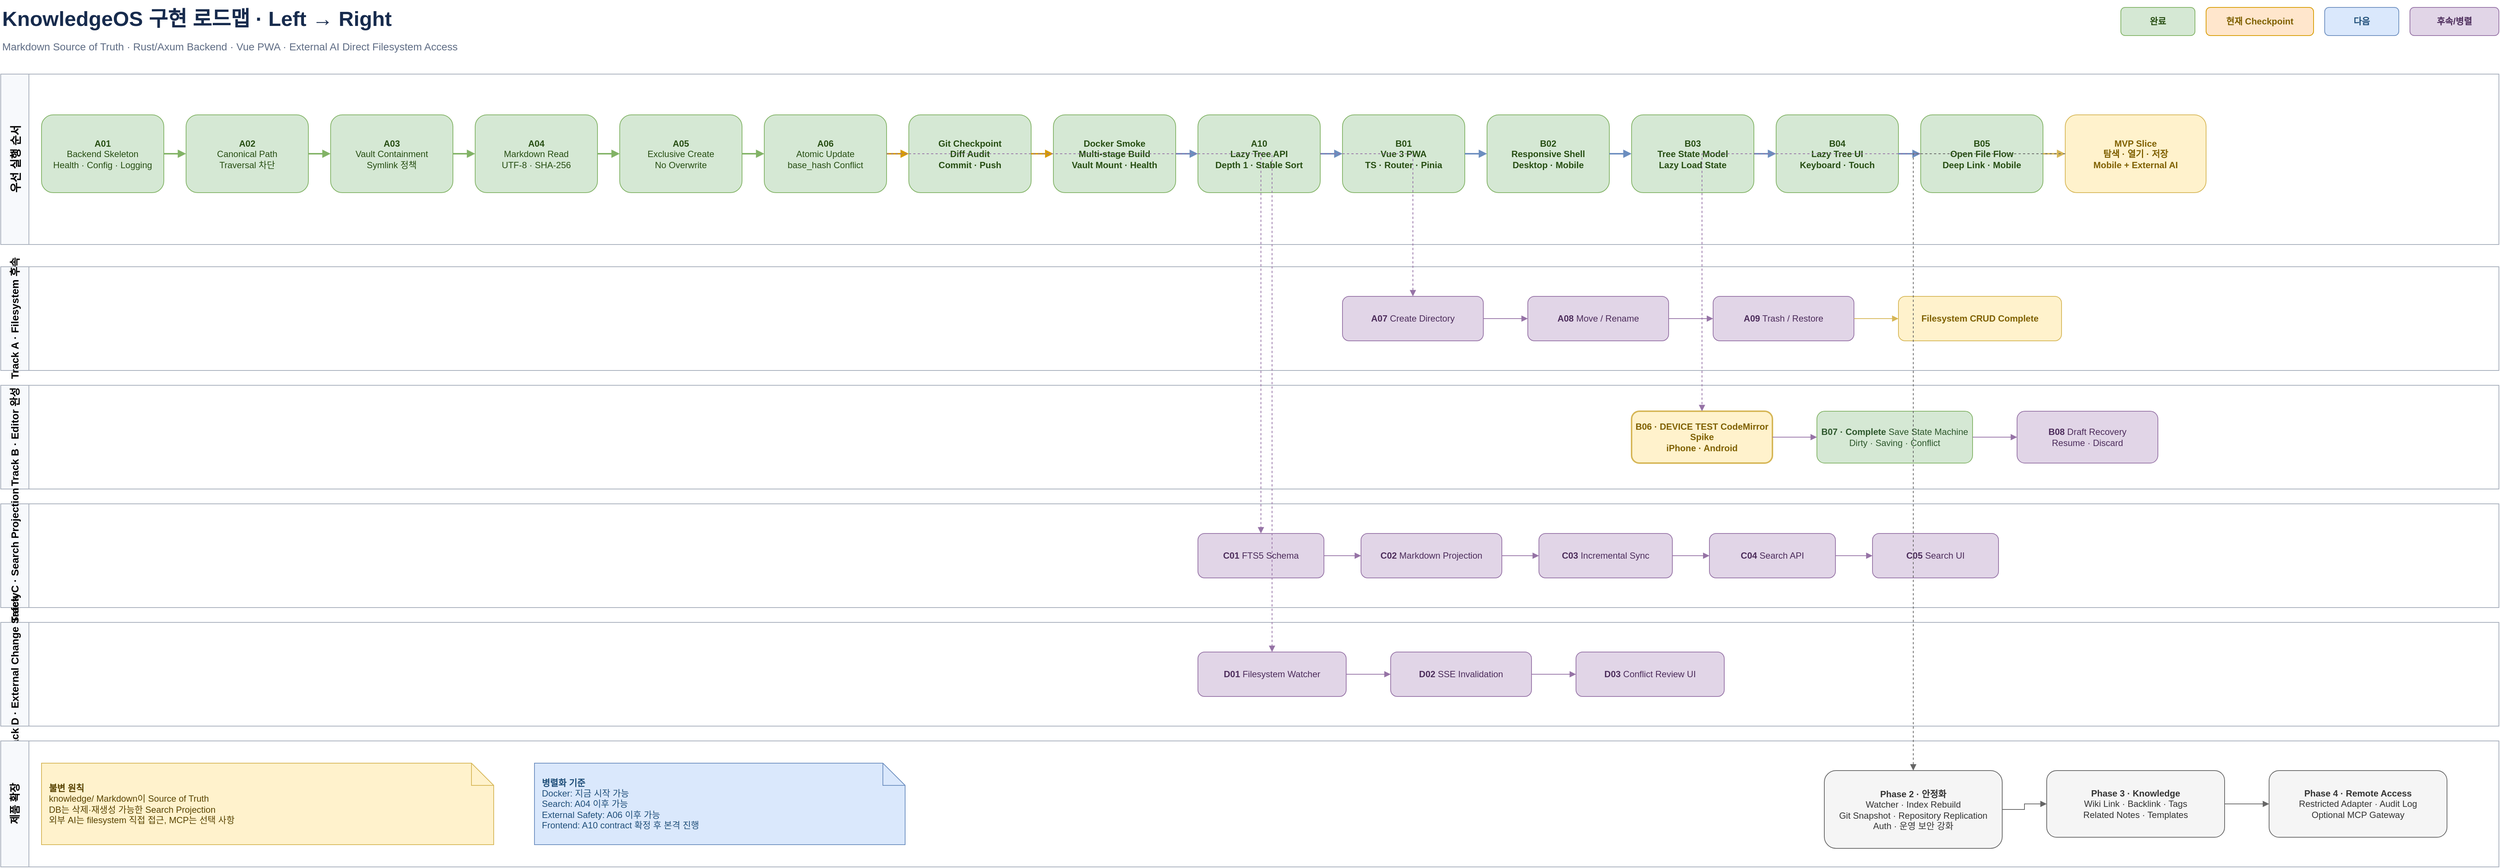
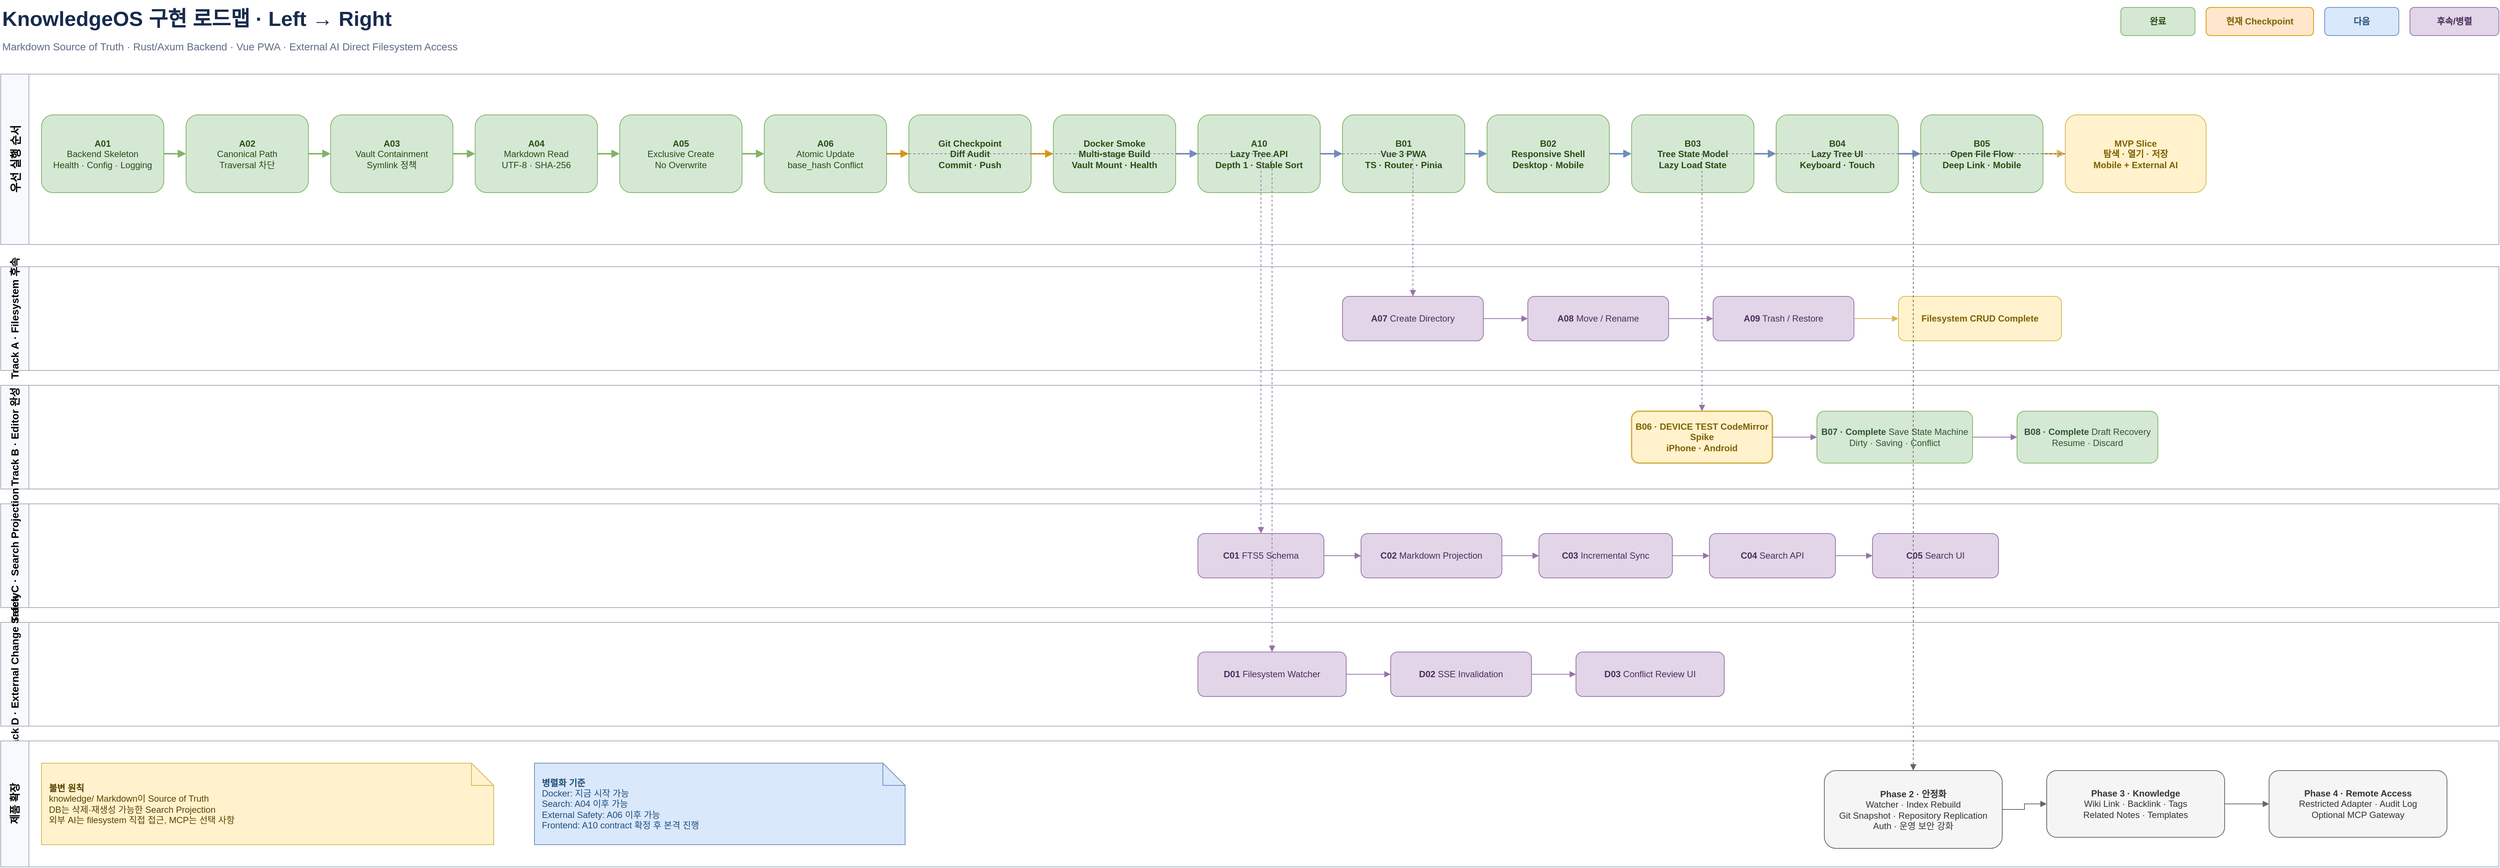
<mxfile host="app.diagrams.net" modified="2026-07-19T00:00:00.000Z" agent="KnowledgeOS" version="26.0.9" type="device">
  <diagram id="knowledgeos-roadmap" name="KnowledgeOS Roadmap">
    <mxGraphModel dx="1600" dy="900" grid="1" gridSize="10" guides="1" tooltips="1" connect="1" arrows="1" fold="1" page="1" pageScale="1" pageWidth="4000" pageHeight="1400" math="0" shadow="0">
      <root>
        <mxCell id="0"/>
        <mxCell id="1" parent="0"/>

        <mxCell id="title" value="KnowledgeOS 구현 로드맵 · Left → Right" style="text;html=1;align=left;verticalAlign=middle;fontSize=28;fontStyle=1;fontColor=#172B4D;" vertex="1" parent="1">
          <mxGeometry x="40" y="20" width="760" height="50" as="geometry"/>
        </mxCell>
        <mxCell id="subtitle" value="Markdown Source of Truth · Rust/Axum Backend · Vue PWA · External AI Direct Filesystem Access" style="text;html=1;align=left;verticalAlign=middle;fontSize=14;fontColor=#5E6C84;" vertex="1" parent="1">
          <mxGeometry x="40" y="68" width="1100" height="30" as="geometry"/>
        </mxCell>

        <mxCell id="legend_done" value="완료" style="rounded=1;whiteSpace=wrap;html=1;fillColor=#D5E8D4;strokeColor=#82B366;fontColor=#274E13;fontStyle=1;" vertex="1" parent="1">
          <mxGeometry x="2900" y="30" width="100" height="38" as="geometry"/>
        </mxCell>
        <mxCell id="legend_now" value="현재 Checkpoint" style="rounded=1;whiteSpace=wrap;html=1;fillColor=#FFE6CC;strokeColor=#D79B00;fontColor=#7F6000;fontStyle=1;" vertex="1" parent="1">
          <mxGeometry x="3015" y="30" width="145" height="38" as="geometry"/>
        </mxCell>
        <mxCell id="legend_next" value="다음" style="rounded=1;whiteSpace=wrap;html=1;fillColor=#DAE8FC;strokeColor=#6C8EBF;fontColor=#1F4E79;fontStyle=1;" vertex="1" parent="1">
          <mxGeometry x="3175" y="30" width="100" height="38" as="geometry"/>
        </mxCell>
        <mxCell id="legend_later" value="후속/병렬" style="rounded=1;whiteSpace=wrap;html=1;fillColor=#E1D5E7;strokeColor=#9673A6;fontColor=#4C2C5B;fontStyle=1;" vertex="1" parent="1">
          <mxGeometry x="3290" y="30" width="120" height="38" as="geometry"/>
        </mxCell>

        <mxCell id="lane_main" value="우선 실행 순서" style="swimlane;html=1;horizontal=0;startSize=38;fillColor=#F7F9FC;swimlaneFillColor=#FFFFFF;strokeColor=#A5ADBA;fontStyle=1;fontSize=15;" vertex="1" parent="1">
          <mxGeometry x="40" y="120" width="3370" height="230" as="geometry"/>
        </mxCell>
        <mxCell id="lane_fs" value="Track A · Filesystem 후속" style="swimlane;html=1;horizontal=0;startSize=38;fillColor=#F7F9FC;swimlaneFillColor=#FFFFFF;strokeColor=#A5ADBA;fontStyle=1;fontSize=14;" vertex="1" parent="1">
          <mxGeometry x="40" y="380" width="3370" height="140" as="geometry"/>
        </mxCell>
        <mxCell id="lane_editor" value="Track B · Editor 완성" style="swimlane;html=1;horizontal=0;startSize=38;fillColor=#F7F9FC;swimlaneFillColor=#FFFFFF;strokeColor=#A5ADBA;fontStyle=1;fontSize=14;" vertex="1" parent="1">
          <mxGeometry x="40" y="540" width="3370" height="140" as="geometry"/>
        </mxCell>
        <mxCell id="lane_search" value="Track C · Search Projection" style="swimlane;html=1;horizontal=0;startSize=38;fillColor=#F7F9FC;swimlaneFillColor=#FFFFFF;strokeColor=#A5ADBA;fontStyle=1;fontSize=14;" vertex="1" parent="1">
          <mxGeometry x="40" y="700" width="3370" height="140" as="geometry"/>
        </mxCell>
        <mxCell id="lane_external" value="Track D · External Change Safety" style="swimlane;html=1;horizontal=0;startSize=38;fillColor=#F7F9FC;swimlaneFillColor=#FFFFFF;strokeColor=#A5ADBA;fontStyle=1;fontSize=14;" vertex="1" parent="1">
          <mxGeometry x="40" y="860" width="3370" height="140" as="geometry"/>
        </mxCell>
        <mxCell id="lane_future" value="제품 확장" style="swimlane;html=1;horizontal=0;startSize=38;fillColor=#F7F9FC;swimlaneFillColor=#FFFFFF;strokeColor=#A5ADBA;fontStyle=1;fontSize=14;" vertex="1" parent="1">
          <mxGeometry x="40" y="1020" width="3370" height="170" as="geometry"/>
        </mxCell>

        <mxCell id="a01" value="&lt;b&gt;A01&lt;/b&gt;&#xa;Backend Skeleton&#xa;Health · Config · Logging" style="rounded=1;whiteSpace=wrap;html=1;fillColor=#D5E8D4;strokeColor=#82B366;fontColor=#274E13;" vertex="1" parent="1"><mxGeometry x="95" y="175" width="165" height="105" as="geometry"/></mxCell>
        <mxCell id="a02" value="&lt;b&gt;A02&lt;/b&gt;&#xa;Canonical Path&#xa;Traversal 차단" style="rounded=1;whiteSpace=wrap;html=1;fillColor=#D5E8D4;strokeColor=#82B366;fontColor=#274E13;" vertex="1" parent="1"><mxGeometry x="290" y="175" width="165" height="105" as="geometry"/></mxCell>
        <mxCell id="a03" value="&lt;b&gt;A03&lt;/b&gt;&#xa;Vault Containment&#xa;Symlink 정책" style="rounded=1;whiteSpace=wrap;html=1;fillColor=#D5E8D4;strokeColor=#82B366;fontColor=#274E13;" vertex="1" parent="1"><mxGeometry x="485" y="175" width="165" height="105" as="geometry"/></mxCell>
        <mxCell id="a04" value="&lt;b&gt;A04&lt;/b&gt;&#xa;Markdown Read&#xa;UTF-8 · SHA-256" style="rounded=1;whiteSpace=wrap;html=1;fillColor=#D5E8D4;strokeColor=#82B366;fontColor=#274E13;" vertex="1" parent="1"><mxGeometry x="680" y="175" width="165" height="105" as="geometry"/></mxCell>
        <mxCell id="a05" value="&lt;b&gt;A05&lt;/b&gt;&#xa;Exclusive Create&#xa;No Overwrite" style="rounded=1;whiteSpace=wrap;html=1;fillColor=#D5E8D4;strokeColor=#82B366;fontColor=#274E13;" vertex="1" parent="1"><mxGeometry x="875" y="175" width="165" height="105" as="geometry"/></mxCell>
        <mxCell id="a06" value="&lt;b&gt;A06&lt;/b&gt;&#xa;Atomic Update&#xa;base_hash Conflict" style="rounded=1;whiteSpace=wrap;html=1;fillColor=#D5E8D4;strokeColor=#82B366;fontColor=#274E13;" vertex="1" parent="1"><mxGeometry x="1070" y="175" width="165" height="105" as="geometry"/></mxCell>
        <mxCell id="git_checkpoint" value="&lt;b&gt;Git Checkpoint&lt;/b&gt;&#xa;Diff Audit&#xa;Commit · Push" style="rounded=1;whiteSpace=wrap;html=1;fillColor=#D5E8D4;strokeColor=#82B366;fontColor=#274E13;fontStyle=1;" vertex="1" parent="1"><mxGeometry x="1265" y="175" width="165" height="105" as="geometry"/></mxCell>
        <mxCell id="docker" value="&lt;b&gt;Docker Smoke&lt;/b&gt;&#xa;Multi-stage Build&#xa;Vault Mount · Health" style="rounded=1;whiteSpace=wrap;html=1;fillColor=#D5E8D4;strokeColor=#82B366;fontColor=#274E13;fontStyle=1;" vertex="1" parent="1"><mxGeometry x="1460" y="175" width="165" height="105" as="geometry"/></mxCell>
        <mxCell id="a10" value="&lt;b&gt;A10&lt;/b&gt;&#xa;Lazy Tree API&#xa;Depth 1 · Stable Sort" style="rounded=1;whiteSpace=wrap;html=1;fillColor=#D5E8D4;strokeColor=#82B366;fontColor=#274E13;fontStyle=1;" vertex="1" parent="1"><mxGeometry x="1655" y="175" width="165" height="105" as="geometry"/></mxCell>
        <mxCell id="b01" value="&lt;b&gt;B01&lt;/b&gt;&#xa;Vue 3 PWA&#xa;TS · Router · Pinia" style="rounded=1;whiteSpace=wrap;html=1;fillColor=#D5E8D4;strokeColor=#82B366;fontColor=#274E13;fontStyle=1;" vertex="1" parent="1"><mxGeometry x="1850" y="175" width="165" height="105" as="geometry"/></mxCell>
        <mxCell id="b02" value="&lt;b&gt;B02&lt;/b&gt;&#xa;Responsive Shell&#xa;Desktop · Mobile" style="rounded=1;whiteSpace=wrap;html=1;fillColor=#D5E8D4;strokeColor=#82B366;fontColor=#274E13;fontStyle=1;" vertex="1" parent="1"><mxGeometry x="2045" y="175" width="165" height="105" as="geometry"/></mxCell>
        <mxCell id="b03" value="&lt;b&gt;B03&lt;/b&gt;&#xa;Tree State Model&#xa;Lazy Load State" style="rounded=1;whiteSpace=wrap;html=1;fillColor=#D5E8D4;strokeColor=#82B366;fontColor=#274E13;fontStyle=1;" vertex="1" parent="1"><mxGeometry x="2240" y="175" width="165" height="105" as="geometry"/></mxCell>
        <mxCell id="b04" value="&lt;b&gt;B04&lt;/b&gt;&#xa;Lazy Tree UI&#xa;Keyboard · Touch" style="rounded=1;whiteSpace=wrap;html=1;fillColor=#D5E8D4;strokeColor=#82B366;fontColor=#274E13;fontStyle=1;" vertex="1" parent="1"><mxGeometry x="2435" y="175" width="165" height="105" as="geometry"/></mxCell>
        <mxCell id="b05" value="&lt;b&gt;B05&lt;/b&gt;&#xa;Open File Flow&#xa;Deep Link · Mobile" style="rounded=1;whiteSpace=wrap;html=1;fillColor=#D5E8D4;strokeColor=#82B366;fontColor=#274E13;fontStyle=1;" vertex="1" parent="1"><mxGeometry x="2630" y="175" width="165" height="105" as="geometry"/></mxCell>
        <mxCell id="mvp_slice" value="&lt;b&gt;MVP Slice&lt;/b&gt;&#xa;탐색 · 열기 · 저장&#xa;Mobile + External AI" style="rounded=1;whiteSpace=wrap;html=1;fillColor=#FFF2CC;strokeColor=#D6B656;fontColor=#7F6000;fontStyle=1;" vertex="1" parent="1"><mxGeometry x="2825" y="175" width="190" height="105" as="geometry"/></mxCell>

        <mxCell id="a07" value="&lt;b&gt;A07&lt;/b&gt; Create Directory" style="rounded=1;whiteSpace=wrap;html=1;fillColor=#E1D5E7;strokeColor=#9673A6;fontColor=#4C2C5B;" vertex="1" parent="1"><mxGeometry x="1850" y="420" width="190" height="60" as="geometry"/></mxCell>
        <mxCell id="a08" value="&lt;b&gt;A08&lt;/b&gt; Move / Rename" style="rounded=1;whiteSpace=wrap;html=1;fillColor=#E1D5E7;strokeColor=#9673A6;fontColor=#4C2C5B;" vertex="1" parent="1"><mxGeometry x="2100" y="420" width="190" height="60" as="geometry"/></mxCell>
        <mxCell id="a09" value="&lt;b&gt;A09&lt;/b&gt; Trash / Restore" style="rounded=1;whiteSpace=wrap;html=1;fillColor=#E1D5E7;strokeColor=#9673A6;fontColor=#4C2C5B;" vertex="1" parent="1"><mxGeometry x="2350" y="420" width="190" height="60" as="geometry"/></mxCell>
        <mxCell id="fs_complete" value="Filesystem CRUD Complete" style="rounded=1;whiteSpace=wrap;html=1;fillColor=#FFF2CC;strokeColor=#D6B656;fontColor=#7F6000;fontStyle=1;" vertex="1" parent="1"><mxGeometry x="2600" y="420" width="220" height="60" as="geometry"/></mxCell>

        <mxCell id="b06" value="&lt;b&gt;B06 · DEVICE TEST&lt;/b&gt; CodeMirror Spike&#xa;iPhone · Android" style="rounded=1;whiteSpace=wrap;html=1;fillColor=#FFF2CC;strokeColor=#D6B656;fontColor=#7F6000;fontStyle=1;strokeWidth=2;" vertex="1" parent="1"><mxGeometry x="2240" y="575" width="190" height="70" as="geometry"/></mxCell>
        <mxCell id="b07" value="&lt;b&gt;B07 · Complete&lt;/b&gt; Save State Machine&#xa;Dirty · Saving · Conflict" style="rounded=1;whiteSpace=wrap;html=1;fillColor=#D5E8D4;strokeColor=#82B366;fontColor=#2D572C;" vertex="1" parent="1"><mxGeometry x="2490" y="575" width="210" height="70" as="geometry"/></mxCell>
-         <mxCell id="b08" value="&lt;b&gt;B08&lt;/b&gt; Draft Recovery&#xa;Resume · Discard" style="rounded=1;whiteSpace=wrap;html=1;fillColor=#E1D5E7;strokeColor=#9673A6;fontColor=#4C2C5B;" vertex="1" parent="1"><mxGeometry x="2760" y="575" width="190" height="70" as="geometry"/></mxCell>
+         <mxCell id="b08" value="&lt;b&gt;B08 · Complete&lt;/b&gt; Draft Recovery&#xa;Resume · Discard" style="rounded=1;whiteSpace=wrap;html=1;fillColor=#D5E8D4;strokeColor=#82B366;fontColor=#2D572C;" vertex="1" parent="1"><mxGeometry x="2760" y="575" width="190" height="70" as="geometry"/></mxCell>

        <mxCell id="c01" value="&lt;b&gt;C01&lt;/b&gt; FTS5 Schema" style="rounded=1;whiteSpace=wrap;html=1;fillColor=#E1D5E7;strokeColor=#9673A6;fontColor=#4C2C5B;" vertex="1" parent="1"><mxGeometry x="1655" y="740" width="170" height="60" as="geometry"/></mxCell>
        <mxCell id="c02" value="&lt;b&gt;C02&lt;/b&gt; Markdown Projection" style="rounded=1;whiteSpace=wrap;html=1;fillColor=#E1D5E7;strokeColor=#9673A6;fontColor=#4C2C5B;" vertex="1" parent="1"><mxGeometry x="1875" y="740" width="190" height="60" as="geometry"/></mxCell>
        <mxCell id="c03" value="&lt;b&gt;C03&lt;/b&gt; Incremental Sync" style="rounded=1;whiteSpace=wrap;html=1;fillColor=#E1D5E7;strokeColor=#9673A6;fontColor=#4C2C5B;" vertex="1" parent="1"><mxGeometry x="2115" y="740" width="180" height="60" as="geometry"/></mxCell>
        <mxCell id="c04" value="&lt;b&gt;C04&lt;/b&gt; Search API" style="rounded=1;whiteSpace=wrap;html=1;fillColor=#E1D5E7;strokeColor=#9673A6;fontColor=#4C2C5B;" vertex="1" parent="1"><mxGeometry x="2345" y="740" width="170" height="60" as="geometry"/></mxCell>
        <mxCell id="c05" value="&lt;b&gt;C05&lt;/b&gt; Search UI" style="rounded=1;whiteSpace=wrap;html=1;fillColor=#E1D5E7;strokeColor=#9673A6;fontColor=#4C2C5B;" vertex="1" parent="1"><mxGeometry x="2565" y="740" width="170" height="60" as="geometry"/></mxCell>

        <mxCell id="d01" value="&lt;b&gt;D01&lt;/b&gt; Filesystem Watcher" style="rounded=1;whiteSpace=wrap;html=1;fillColor=#E1D5E7;strokeColor=#9673A6;fontColor=#4C2C5B;" vertex="1" parent="1"><mxGeometry x="1655" y="900" width="200" height="60" as="geometry"/></mxCell>
        <mxCell id="d02" value="&lt;b&gt;D02&lt;/b&gt; SSE Invalidation" style="rounded=1;whiteSpace=wrap;html=1;fillColor=#E1D5E7;strokeColor=#9673A6;fontColor=#4C2C5B;" vertex="1" parent="1"><mxGeometry x="1915" y="900" width="190" height="60" as="geometry"/></mxCell>
        <mxCell id="d03" value="&lt;b&gt;D03&lt;/b&gt; Conflict Review UI" style="rounded=1;whiteSpace=wrap;html=1;fillColor=#E1D5E7;strokeColor=#9673A6;fontColor=#4C2C5B;" vertex="1" parent="1"><mxGeometry x="2165" y="900" width="200" height="60" as="geometry"/></mxCell>

        <mxCell id="phase2" value="&lt;b&gt;Phase 2 · 안정화&lt;/b&gt;&#xa;Watcher · Index Rebuild&#xa;Git Snapshot · Repository Replication&#xa;Auth · 운영 보안 강화" style="rounded=1;whiteSpace=wrap;html=1;fillColor=#F5F5F5;strokeColor=#666666;fontColor=#333333;" vertex="1" parent="1"><mxGeometry x="2500" y="1060" width="240" height="105" as="geometry"/></mxCell>
        <mxCell id="phase3" value="&lt;b&gt;Phase 3 · Knowledge&lt;/b&gt;&#xa;Wiki Link · Backlink · Tags&#xa;Related Notes · Templates" style="rounded=1;whiteSpace=wrap;html=1;fillColor=#F5F5F5;strokeColor=#666666;fontColor=#333333;" vertex="1" parent="1"><mxGeometry x="2800" y="1060" width="240" height="90" as="geometry"/></mxCell>
        <mxCell id="phase4" value="&lt;b&gt;Phase 4 · Remote Access&lt;/b&gt;&#xa;Restricted Adapter · Audit Log&#xa;Optional MCP Gateway" style="rounded=1;whiteSpace=wrap;html=1;fillColor=#F5F5F5;strokeColor=#666666;fontColor=#333333;" vertex="1" parent="1"><mxGeometry x="3100" y="1060" width="240" height="90" as="geometry"/></mxCell>

        <mxCell id="note_source" value="&lt;b&gt;불변 원칙&lt;/b&gt;&#xa;knowledge/ Markdown이 Source of Truth&#xa;DB는 삭제·재생성 가능한 Search Projection&#xa;외부 AI는 filesystem 직접 접근, MCP는 선택 사항" style="shape=note;whiteSpace=wrap;html=1;fillColor=#FFF2CC;strokeColor=#D6B656;fontColor=#594300;align=left;spacing=10;" vertex="1" parent="1"><mxGeometry x="95" y="1050" width="610" height="110" as="geometry"/></mxCell>
        <mxCell id="note_parallel" value="&lt;b&gt;병렬화 기준&lt;/b&gt;&#xa;Docker: 지금 시작 가능&#xa;Search: A04 이후 가능&#xa;External Safety: A06 이후 가능&#xa;Frontend: A10 contract 확정 후 본격 진행" style="shape=note;whiteSpace=wrap;html=1;fillColor=#DAE8FC;strokeColor=#6C8EBF;fontColor=#1F4E79;align=left;spacing=10;" vertex="1" parent="1"><mxGeometry x="760" y="1050" width="500" height="110" as="geometry"/></mxCell>

        <mxCell id="e_a01_a02" style="edgeStyle=orthogonalEdgeStyle;rounded=0;orthogonalLoop=1;jettySize=auto;html=1;endArrow=block;strokeColor=#82B366;strokeWidth=2;" edge="1" parent="1" source="a01" target="a02"><mxGeometry relative="1" as="geometry"/></mxCell>
        <mxCell id="e_a02_a03" style="edgeStyle=orthogonalEdgeStyle;rounded=0;orthogonalLoop=1;jettySize=auto;html=1;endArrow=block;strokeColor=#82B366;strokeWidth=2;" edge="1" parent="1" source="a02" target="a03"><mxGeometry relative="1" as="geometry"/></mxCell>
        <mxCell id="e_a03_a04" style="edgeStyle=orthogonalEdgeStyle;rounded=0;orthogonalLoop=1;jettySize=auto;html=1;endArrow=block;strokeColor=#82B366;strokeWidth=2;" edge="1" parent="1" source="a03" target="a04"><mxGeometry relative="1" as="geometry"/></mxCell>
        <mxCell id="e_a04_a05" style="edgeStyle=orthogonalEdgeStyle;rounded=0;orthogonalLoop=1;jettySize=auto;html=1;endArrow=block;strokeColor=#82B366;strokeWidth=2;" edge="1" parent="1" source="a04" target="a05"><mxGeometry relative="1" as="geometry"/></mxCell>
        <mxCell id="e_a05_a06" style="edgeStyle=orthogonalEdgeStyle;rounded=0;orthogonalLoop=1;jettySize=auto;html=1;endArrow=block;strokeColor=#82B366;strokeWidth=2;" edge="1" parent="1" source="a05" target="a06"><mxGeometry relative="1" as="geometry"/></mxCell>
        <mxCell id="e_a06_git" style="edgeStyle=orthogonalEdgeStyle;rounded=0;orthogonalLoop=1;jettySize=auto;html=1;endArrow=block;strokeColor=#D79B00;strokeWidth=2;" edge="1" parent="1" source="a06" target="git_checkpoint"><mxGeometry relative="1" as="geometry"/></mxCell>
        <mxCell id="e_git_docker" style="edgeStyle=orthogonalEdgeStyle;rounded=0;orthogonalLoop=1;jettySize=auto;html=1;endArrow=block;strokeColor=#D79B00;strokeWidth=2;" edge="1" parent="1" source="git_checkpoint" target="docker"><mxGeometry relative="1" as="geometry"/></mxCell>
        <mxCell id="e_docker_a10" style="edgeStyle=orthogonalEdgeStyle;rounded=0;orthogonalLoop=1;jettySize=auto;html=1;endArrow=block;strokeColor=#6C8EBF;strokeWidth=2;" edge="1" parent="1" source="docker" target="a10"><mxGeometry relative="1" as="geometry"/></mxCell>
        <mxCell id="e_a10_b01" style="edgeStyle=orthogonalEdgeStyle;rounded=0;orthogonalLoop=1;jettySize=auto;html=1;endArrow=block;strokeColor=#6C8EBF;strokeWidth=2;" edge="1" parent="1" source="a10" target="b01"><mxGeometry relative="1" as="geometry"/></mxCell>
        <mxCell id="e_b01_b02" style="edgeStyle=orthogonalEdgeStyle;rounded=0;orthogonalLoop=1;jettySize=auto;html=1;endArrow=block;strokeColor=#6C8EBF;strokeWidth=2;" edge="1" parent="1" source="b01" target="b02"><mxGeometry relative="1" as="geometry"/></mxCell>
        <mxCell id="e_b02_b03" style="edgeStyle=orthogonalEdgeStyle;rounded=0;orthogonalLoop=1;jettySize=auto;html=1;endArrow=block;strokeColor=#6C8EBF;strokeWidth=2;" edge="1" parent="1" source="b02" target="b03"><mxGeometry relative="1" as="geometry"/></mxCell>
        <mxCell id="e_b03_b04" style="edgeStyle=orthogonalEdgeStyle;rounded=0;orthogonalLoop=1;jettySize=auto;html=1;endArrow=block;strokeColor=#6C8EBF;strokeWidth=2;" edge="1" parent="1" source="b03" target="b04"><mxGeometry relative="1" as="geometry"/></mxCell>
        <mxCell id="e_b04_b05" style="edgeStyle=orthogonalEdgeStyle;rounded=0;orthogonalLoop=1;jettySize=auto;html=1;endArrow=block;strokeColor=#6C8EBF;strokeWidth=2;" edge="1" parent="1" source="b04" target="b05"><mxGeometry relative="1" as="geometry"/></mxCell>
        <mxCell id="e_b05_mvp" style="edgeStyle=orthogonalEdgeStyle;rounded=0;orthogonalLoop=1;jettySize=auto;html=1;endArrow=block;strokeColor=#D6B656;strokeWidth=2;" edge="1" parent="1" source="b05" target="mvp_slice"><mxGeometry relative="1" as="geometry"/></mxCell>

        <mxCell id="e_a10_a07" style="edgeStyle=orthogonalEdgeStyle;rounded=0;orthogonalLoop=1;jettySize=auto;html=1;endArrow=block;dashed=1;strokeColor=#9673A6;" edge="1" parent="1" source="a10" target="a07"><mxGeometry relative="1" as="geometry"/></mxCell>
        <mxCell id="e_a07_a08" style="edgeStyle=orthogonalEdgeStyle;rounded=0;html=1;endArrow=block;strokeColor=#9673A6;" edge="1" parent="1" source="a07" target="a08"><mxGeometry relative="1" as="geometry"/></mxCell>
        <mxCell id="e_a08_a09" style="edgeStyle=orthogonalEdgeStyle;rounded=0;html=1;endArrow=block;strokeColor=#9673A6;" edge="1" parent="1" source="a08" target="a09"><mxGeometry relative="1" as="geometry"/></mxCell>
        <mxCell id="e_a09_fs" style="edgeStyle=orthogonalEdgeStyle;rounded=0;html=1;endArrow=block;strokeColor=#D6B656;" edge="1" parent="1" source="a09" target="fs_complete"><mxGeometry relative="1" as="geometry"/></mxCell>

        <mxCell id="e_b05_b06" style="edgeStyle=orthogonalEdgeStyle;rounded=0;html=1;endArrow=block;dashed=1;strokeColor=#9673A6;" edge="1" parent="1" source="b05" target="b06"><mxGeometry relative="1" as="geometry"/></mxCell>
        <mxCell id="e_b06_b07" style="edgeStyle=orthogonalEdgeStyle;rounded=0;html=1;endArrow=block;strokeColor=#9673A6;" edge="1" parent="1" source="b06" target="b07"><mxGeometry relative="1" as="geometry"/></mxCell>
        <mxCell id="e_b07_b08" style="edgeStyle=orthogonalEdgeStyle;rounded=0;html=1;endArrow=block;strokeColor=#9673A6;" edge="1" parent="1" source="b07" target="b08"><mxGeometry relative="1" as="geometry"/></mxCell>

        <mxCell id="e_docker_c01" style="edgeStyle=orthogonalEdgeStyle;rounded=0;html=1;endArrow=block;dashed=1;strokeColor=#9673A6;" edge="1" parent="1" source="docker" target="c01"><mxGeometry relative="1" as="geometry"/></mxCell>
        <mxCell id="e_c01_c02" style="edgeStyle=orthogonalEdgeStyle;rounded=0;html=1;endArrow=block;strokeColor=#9673A6;" edge="1" parent="1" source="c01" target="c02"><mxGeometry relative="1" as="geometry"/></mxCell>
        <mxCell id="e_c02_c03" style="edgeStyle=orthogonalEdgeStyle;rounded=0;html=1;endArrow=block;strokeColor=#9673A6;" edge="1" parent="1" source="c02" target="c03"><mxGeometry relative="1" as="geometry"/></mxCell>
        <mxCell id="e_c03_c04" style="edgeStyle=orthogonalEdgeStyle;rounded=0;html=1;endArrow=block;strokeColor=#9673A6;" edge="1" parent="1" source="c03" target="c04"><mxGeometry relative="1" as="geometry"/></mxCell>
        <mxCell id="e_c04_c05" style="edgeStyle=orthogonalEdgeStyle;rounded=0;html=1;endArrow=block;strokeColor=#9673A6;" edge="1" parent="1" source="c04" target="c05"><mxGeometry relative="1" as="geometry"/></mxCell>

        <mxCell id="e_a06_d01" style="edgeStyle=orthogonalEdgeStyle;rounded=0;html=1;endArrow=block;dashed=1;strokeColor=#9673A6;" edge="1" parent="1" source="a06" target="d01"><mxGeometry relative="1" as="geometry"/></mxCell>
        <mxCell id="e_d01_d02" style="edgeStyle=orthogonalEdgeStyle;rounded=0;html=1;endArrow=block;strokeColor=#9673A6;" edge="1" parent="1" source="d01" target="d02"><mxGeometry relative="1" as="geometry"/></mxCell>
        <mxCell id="e_d02_d03" style="edgeStyle=orthogonalEdgeStyle;rounded=0;html=1;endArrow=block;strokeColor=#9673A6;" edge="1" parent="1" source="d02" target="d03"><mxGeometry relative="1" as="geometry"/></mxCell>

        <mxCell id="e_mvp_phase2" style="edgeStyle=orthogonalEdgeStyle;rounded=0;html=1;endArrow=block;dashed=1;strokeColor=#666666;" edge="1" parent="1" source="mvp_slice" target="phase2"><mxGeometry relative="1" as="geometry"/></mxCell>
        <mxCell id="e_phase2_phase3" style="edgeStyle=orthogonalEdgeStyle;rounded=0;html=1;endArrow=block;strokeColor=#666666;" edge="1" parent="1" source="phase2" target="phase3"><mxGeometry relative="1" as="geometry"/></mxCell>
        <mxCell id="e_phase3_phase4" style="edgeStyle=orthogonalEdgeStyle;rounded=0;html=1;endArrow=block;strokeColor=#666666;" edge="1" parent="1" source="phase3" target="phase4"><mxGeometry relative="1" as="geometry"/></mxCell>
      </root>
    </mxGraphModel>
  </diagram>
</mxfile>
